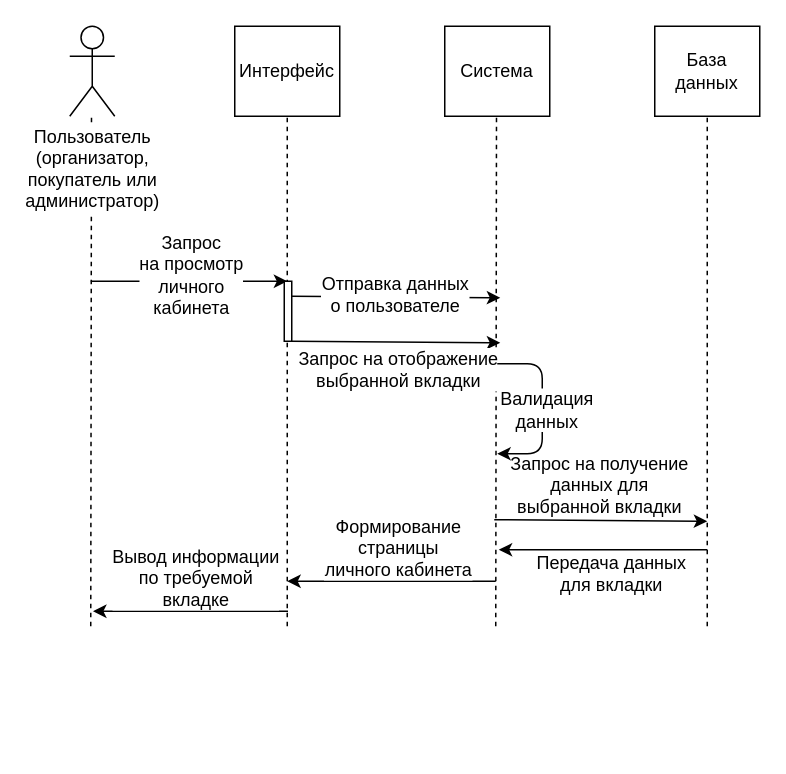
Earlier version of the draw.io diagram Diagrams/Cases Diagrams/Personal Diagram.drawio (Fake-Make/Au). Source tidied: cells renumbered, new cells numbered last; positions are measured from the earlier drawing's top-left corner, leaving out a move shared by most shapes. Both pictures are drawn from the tidied source at 150%, with x=0, y=0 at pixel (69, 26).
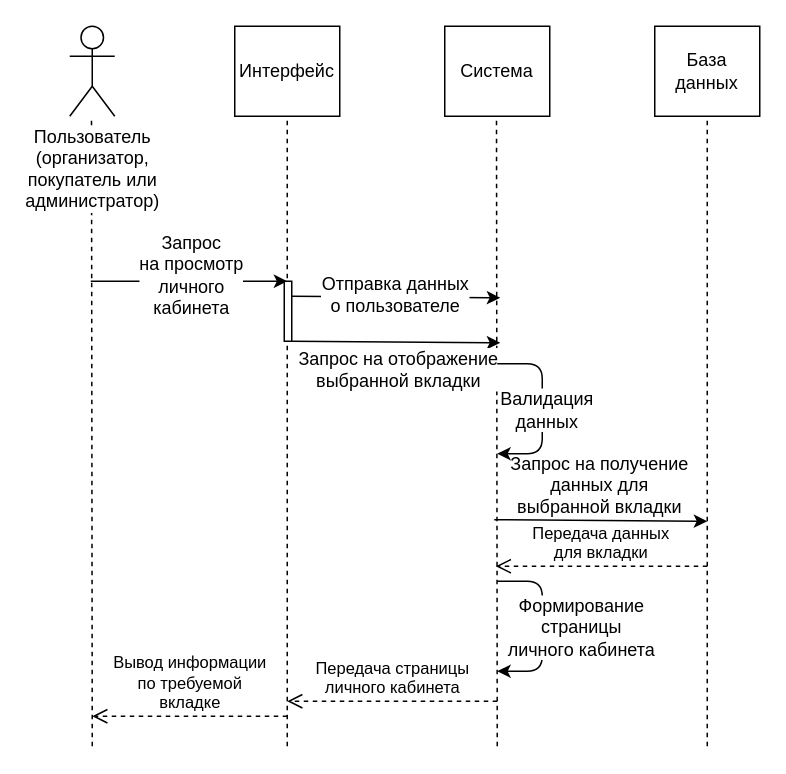
The same diagram, later.

Unchanged cells that the change refers to:
```xml
<mxCell id="4" value="База данных" style="rounded=0;whiteSpace=wrap;html=1;" parent="1" vertex="1">
  <mxGeometry x="390" width="70" height="60" as="geometry" />
</mxCell>
```

Change to the diagram source:
```diff
@@
     <mxCell id="5" style="endArrow=none;dashed=1;html=1;entryX=0.5;entryY=1;entryDx=0;entryDy=0;" parent="1" edge="1" target="4">
       <mxGeometry relative="1" as="geometry">
-        <mxPoint x="425" y="400" as="sourcePoint" />
+        <mxPoint x="425" y="480" as="sourcePoint" />
       </mxGeometry>
     </mxCell>
     <mxCell id="6" style="endArrow=none;dashed=1;html=1;entryX=0.5;entryY=1;entryDx=0;entryDy=0;" parent="1" edge="1">
       <mxGeometry relative="1" as="geometry">
-        <mxPoint x="284" y="400" as="sourcePoint" />
+        <mxPoint x="285" y="480" as="sourcePoint" />
         <mxPoint x="284.5" y="60" as="targetPoint" />
       </mxGeometry>
     </mxCell>
     <mxCell id="7" style="endArrow=none;dashed=1;html=1;entryX=0.5;entryY=1;entryDx=0;entryDy=0;" parent="1" edge="1">
       <mxGeometry relative="1" as="geometry">
-        <mxPoint x="145" y="400" as="sourcePoint" />
+        <mxPoint x="145" y="480" as="sourcePoint" />
         <mxPoint x="145" y="60" as="targetPoint" />
       </mxGeometry>
     </mxCell>
     <mxCell id="8" style="endArrow=none;dashed=1;html=1;entryX=0.5;entryY=1;entryDx=0;entryDy=0;" parent="1" edge="1">
       <mxGeometry relative="1" as="geometry">
-        <mxPoint x="14" y="400" as="sourcePoint" />
+        <mxPoint x="15" y="480" as="sourcePoint" />
         <mxPoint x="14.5" y="60" as="targetPoint" />
       </mxGeometry>
     </mxCell>
@@
-    <mxCell id="16" style="endArrow=classic;html=1;" parent="1" edge="1">
-      <mxGeometry relative="1" as="geometry">
-        <mxPoint x="425" y="349" as="sourcePoint" />
-        <mxPoint x="286" y="349" as="targetPoint" />
-      </mxGeometry>
-    </mxCell>
-    <mxCell id="17" value="Передача данных&lt;br&gt;для вкладки&lt;br&gt;" style="text;html=1;align=center;verticalAlign=middle;labelBackgroundColor=#ffffff;" parent="16" vertex="1">
-      <mxGeometry x="-0.36" y="1" relative="1" as="geometry">
-        <mxPoint x="-21" y="14" as="offset" />
-      </mxGeometry>
-    </mxCell>
-    <mxCell id="18" style="endArrow=classic;html=1;" parent="1" edge="1">
-      <mxGeometry relative="1" as="geometry">
-        <mxPoint x="284" y="370" as="sourcePoint" />
-        <mxPoint x="145" y="370" as="targetPoint" />
-      </mxGeometry>
-    </mxCell>
-    <mxCell id="19" value="Формирование&lt;br&gt;страницы&lt;br&gt;личного кабинета&lt;br&gt;" style="text;html=1;align=center;verticalAlign=middle;labelBackgroundColor=#ffffff;fillColor=none;" parent="18" vertex="1">
-      <mxGeometry x="0.18" y="-2" relative="1" as="geometry">
-        <mxPoint x="16" y="-21" as="offset" />
-      </mxGeometry>
-    </mxCell>
-    <mxCell id="20" style="endArrow=classic;html=1;" parent="1" edge="1">
-      <mxGeometry relative="1" as="geometry">
-        <mxPoint x="145.5" y="390" as="sourcePoint" />
-        <mxPoint x="15.5" y="390" as="targetPoint" />
-      </mxGeometry>
-    </mxCell>
-    <mxCell id="21" value="Вывод информации&lt;br&gt;по требуемой&lt;br&gt;вкладке&lt;br&gt;" style="text;html=1;align=center;verticalAlign=middle;labelBackgroundColor=#ffffff;" parent="20" vertex="1">
-      <mxGeometry x="-0.12" relative="1" as="geometry">
-        <mxPoint x="-5.5" y="-23" as="offset" />
-      </mxGeometry>
-    </mxCell>
@@
+    <mxCell id="17" value="&lt;span&gt;Передача данных&lt;/span&gt;&lt;br&gt;&lt;span&gt;для вкладки&lt;/span&gt;" style="html=1;verticalAlign=bottom;endArrow=open;dashed=1;endSize=8;" parent="1" edge="1">
+      <mxGeometry relative="1" as="geometry">
+        <mxPoint x="425" y="360" as="sourcePoint" />
+        <mxPoint x="284" y="360" as="targetPoint" />
+      </mxGeometry>
+    </mxCell>
+    <mxCell id="27" value="Передача страницы&lt;br&gt;личного кабинета&lt;br&gt;" style="html=1;verticalAlign=bottom;endArrow=open;dashed=1;endSize=8;" parent="1" edge="1">
+      <mxGeometry relative="1" as="geometry">
+        <mxPoint x="285" y="450" as="sourcePoint" />
+        <mxPoint x="145" y="450" as="targetPoint" />
+      </mxGeometry>
+    </mxCell>
+    <mxCell id="21" value="&lt;span&gt;Вывод информации&lt;/span&gt;&lt;br&gt;&lt;span&gt;по требуемой&lt;/span&gt;&lt;br&gt;&lt;span&gt;вкладке&lt;/span&gt;" style="html=1;verticalAlign=bottom;endArrow=open;dashed=1;endSize=8;" parent="1" edge="1">
+      <mxGeometry relative="1" as="geometry">
+        <mxPoint x="145" y="460" as="sourcePoint" />
+        <mxPoint x="15" y="460" as="targetPoint" />
+      </mxGeometry>
+    </mxCell>
+    <mxCell id="28" style="endArrow=classic;html=1;" parent="1" edge="1">
+      <mxGeometry relative="1" as="geometry">
+        <mxPoint x="285" y="370" as="sourcePoint" />
+        <mxPoint x="285" y="430" as="targetPoint" />
+        <Array as="points">
+          <mxPoint x="315" y="370" />
+          <mxPoint x="315" y="430" />
+        </Array>
+      </mxGeometry>
+    </mxCell>
+    <mxCell id="19" value="Формирование&lt;br&gt;страницы&lt;br&gt;личного кабинета&lt;br&gt;" style="text;html=1;align=center;verticalAlign=middle;labelBackgroundColor=#ffffff;" parent="28" vertex="1">
+      <mxGeometry x="0.08" relative="1" as="geometry">
+        <mxPoint x="25" y="-5" as="offset" />
+      </mxGeometry>
+    </mxCell>
```
